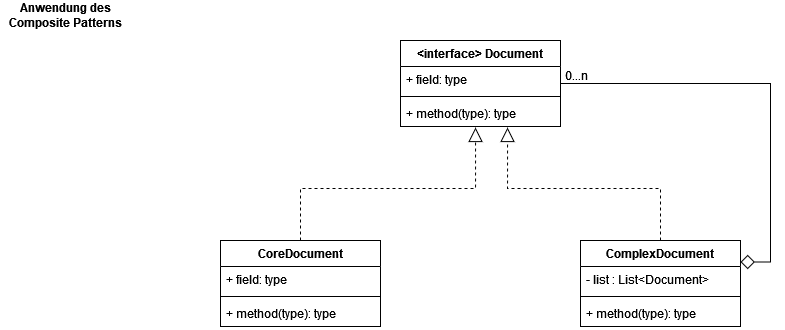
Earlier version of the draw.io export src/org/hbrs/se1/ws22/uebung9/Uebung9-2.drawio.png (fitnesstino/WS22-SE1). Source tidied: cells renumbered, new cells last; positions are measured from the earlier drawing's top-left corner, leaving out a move shared by most shapes.
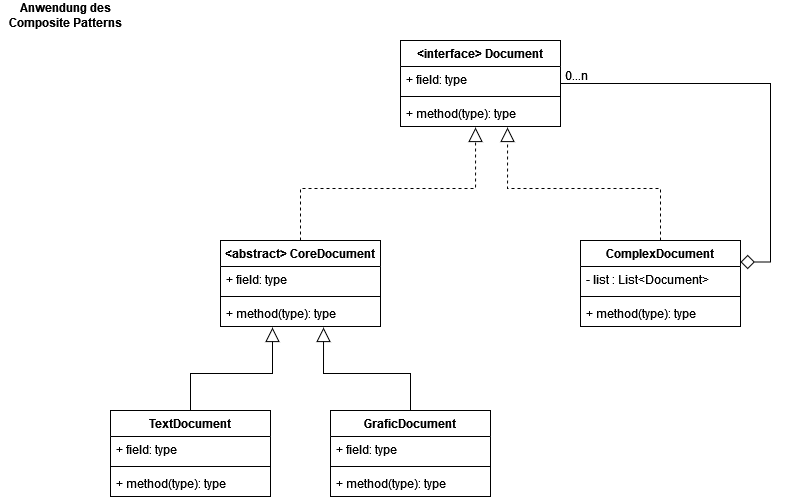
Later version of the same file.

Change to the diagram source:
```diff
@@ -20,7 +20,7 @@
     <mxCell id="7" style="edgeStyle=orthogonalEdgeStyle;rounded=0;jettySize=auto;html=1;entryX=0.469;entryY=1.038;entryDx=0;entryDy=0;entryPerimeter=0;dashed=1;endArrow=block;endFill=0;endSize=12;" parent="1" edge="1" source="8" target="6">
       <mxGeometry relative="1" as="geometry" />
     </mxCell>
-    <mxCell id="8" value="CoreDocument" style="swimlane;fontStyle=1;align=center;verticalAlign=top;horizontal=1;startSize=26;" parent="1" vertex="1">
+    <mxCell id="8" value="&lt;abstract&gt; CoreDocument" style="swimlane;fontStyle=1;align=center;verticalAlign=top;horizontal=1;startSize=26;" parent="1" vertex="1">
       <mxGeometry x="220" y="240" width="160" height="86" as="geometry" />
     </mxCell>
     <mxCell id="9" value="+ field: type" style="text;strokeColor=none;fillColor=none;align=left;verticalAlign=top;spacingLeft=4;spacingRight=4;overflow=hidden;" parent="8" vertex="1">
@@ -53,5 +53,35 @@
     <mxCell id="18" value="0...n" style="text;html=1;align=center;verticalAlign=middle;strokeColor=none;fillColor=none;" parent="1" vertex="1">
       <mxGeometry x="551" y="60" width="50" height="30" as="geometry" />
     </mxCell>
+    <mxCell id="19" style="edgeStyle=orthogonalEdgeStyle;rounded=0;jettySize=auto;html=1;entryX=0.325;entryY=1.038;entryDx=0;entryDy=0;entryPerimeter=0;endArrow=block;endFill=0;endSize=12;" parent="1" edge="1" source="20" target="11">
+      <mxGeometry relative="1" as="geometry" />
+    </mxCell>
+    <mxCell id="20" value="TextDocument" style="swimlane;fontStyle=1;align=center;verticalAlign=top;horizontal=1;startSize=26;" parent="1" vertex="1">
+      <mxGeometry x="110" y="410" width="160" height="86" as="geometry" />
+    </mxCell>
+    <mxCell id="21" value="+ field: type" style="text;strokeColor=none;fillColor=none;align=left;verticalAlign=top;spacingLeft=4;spacingRight=4;overflow=hidden;" parent="20" vertex="1">
+      <mxGeometry y="26" width="160" height="26" as="geometry" />
+    </mxCell>
+    <mxCell id="22" style="line;strokeWidth=1;fillColor=none;align=left;verticalAlign=middle;spacingTop=-1;spacingLeft=3;spacingRight=3;labelPosition=right;strokeColor=inherit;" parent="20" vertex="1">
+      <mxGeometry y="52" width="160" height="8" as="geometry" />
+    </mxCell>
+    <mxCell id="23" value="+ method(type): type" style="text;strokeColor=none;fillColor=none;align=left;verticalAlign=top;spacingLeft=4;spacingRight=4;overflow=hidden;" parent="20" vertex="1">
+      <mxGeometry y="60" width="160" height="26" as="geometry" />
+    </mxCell>
+    <mxCell id="24" style="edgeStyle=orthogonalEdgeStyle;rounded=0;jettySize=auto;html=1;entryX=0.644;entryY=1.038;entryDx=0;entryDy=0;entryPerimeter=0;endArrow=block;endFill=0;endSize=12;" parent="1" edge="1" source="25" target="11">
+      <mxGeometry relative="1" as="geometry" />
+    </mxCell>
+    <mxCell id="25" value="GraficDocument" style="swimlane;fontStyle=1;align=center;verticalAlign=top;horizontal=1;startSize=26;" parent="1" vertex="1">
+      <mxGeometry x="330" y="410" width="160" height="86" as="geometry" />
+    </mxCell>
+    <mxCell id="26" value="+ field: type" style="text;strokeColor=none;fillColor=none;align=left;verticalAlign=top;spacingLeft=4;spacingRight=4;overflow=hidden;" parent="25" vertex="1">
+      <mxGeometry y="26" width="160" height="26" as="geometry" />
+    </mxCell>
+    <mxCell id="27" style="line;strokeWidth=1;fillColor=none;align=left;verticalAlign=middle;spacingTop=-1;spacingLeft=3;spacingRight=3;labelPosition=right;strokeColor=inherit;" parent="25" vertex="1">
+      <mxGeometry y="52" width="160" height="8" as="geometry" />
+    </mxCell>
+    <mxCell id="28" value="+ method(type): type" style="text;strokeColor=none;fillColor=none;align=left;verticalAlign=top;spacingLeft=4;spacingRight=4;overflow=hidden;" parent="25" vertex="1">
+      <mxGeometry y="60" width="160" height="26" as="geometry" />
+    </mxCell>
   </root>
 </mxGraphModel>
```
